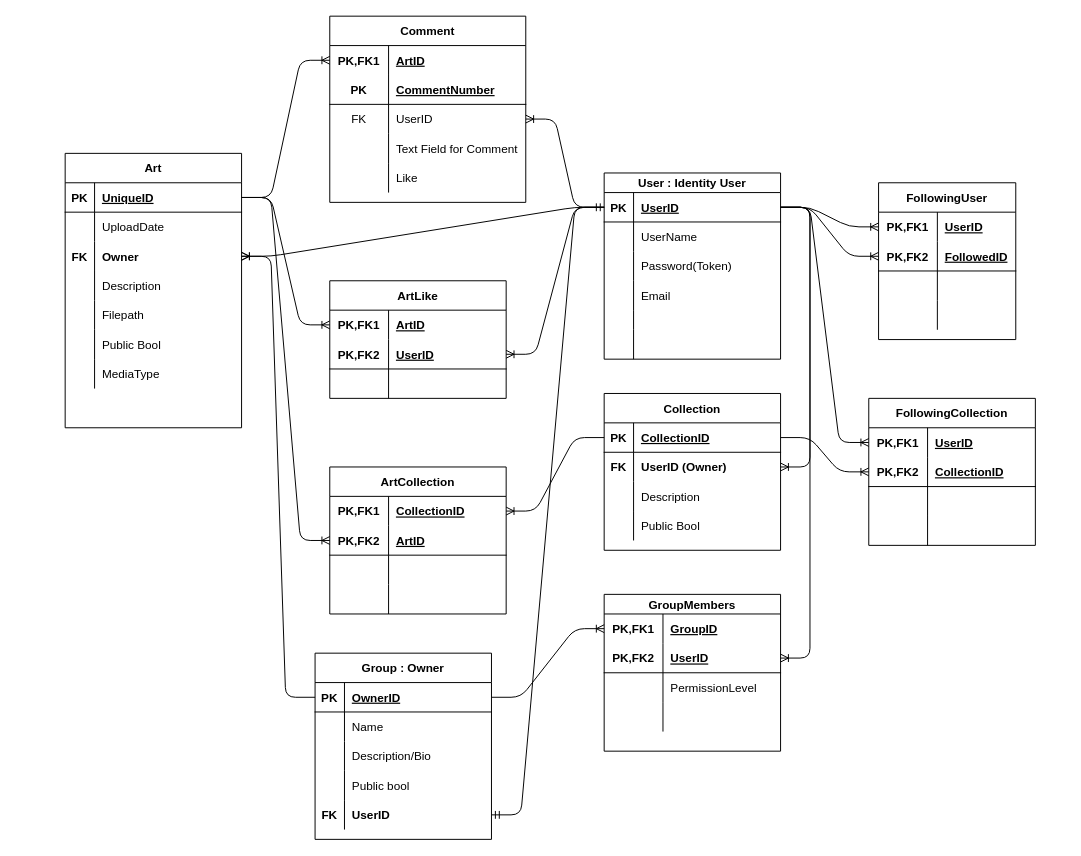
Before: assets/DigitalArtHub.drawio in DeltaVArtLibrary/DigitalArtHub, a draw.io diagram. Source tidied: cells renumbered, new cells numbered last; positions are measured from the earlier drawing's top-left corner, leaving out a move shared by most shapes. Both pictures are drawn from the tidied source at 98%, with x=0, y=0 at pixel (65, 16).
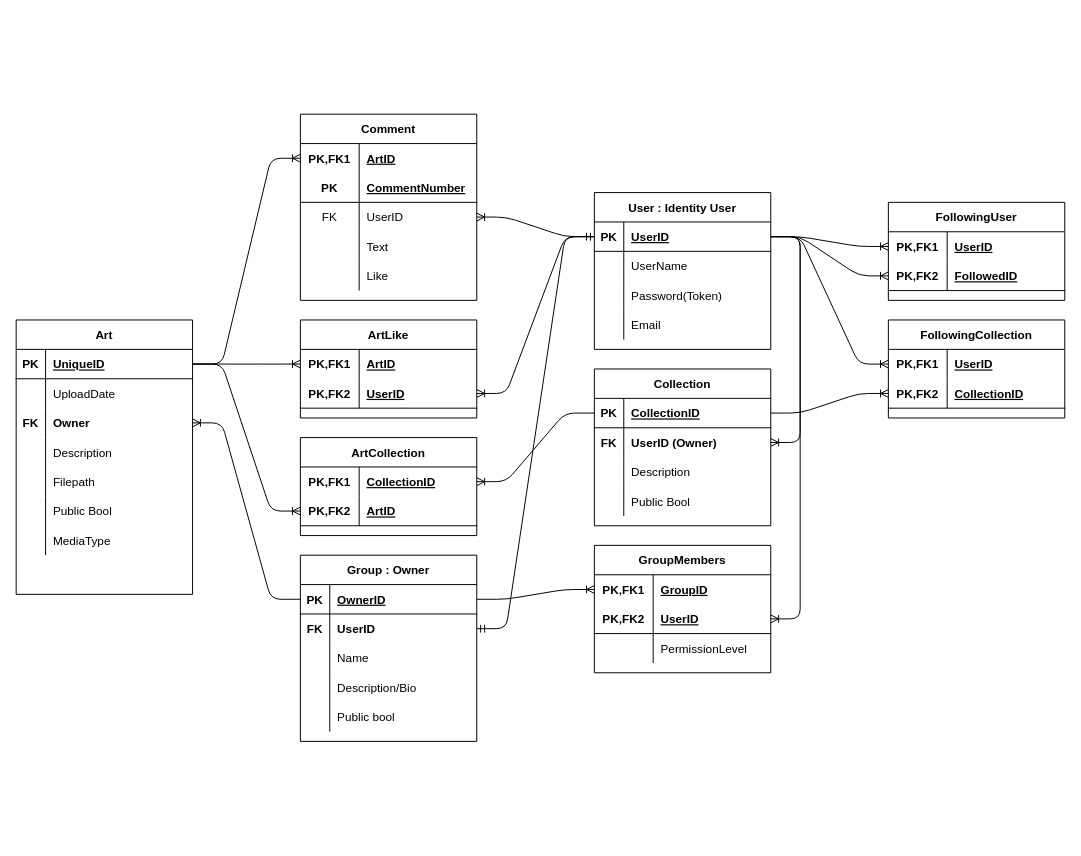
The same page after the edit.

The change refers to these unchanged cells:
```xml
<mxCell id="41" style="shape=partialRectangle;fillColor=none;top=0;left=0;bottom=0;right=0;points=[[0,0.5],[1,0.5]];portConstraint=eastwest;" parent="34" vertex="1">
  <mxGeometry y="90" width="180" height="30" as="geometry" />
</mxCell>
```

The edit, as a diff of the source:
```diff
@@
-    <mxCell id="2" value="GroupMembers" style="shape=table;startSize=20;childLayout=tableLayout;rowLines=0;fontStyle=1;align=center;" parent="1" vertex="1">
-      <mxGeometry x="550" y="590" width="180" height="160" as="geometry" />
+    <mxCell id="2" value="GroupMembers" style="shape=table;startSize=30;childLayout=tableLayout;rowLines=0;fontStyle=1;align=center;" parent="1" vertex="1">
+      <mxGeometry x="540" y="540" width="180" height="130" as="geometry" />
     </mxCell>
     <mxCell id="3" style="shape=partialRectangle;fillColor=none;top=0;left=0;bottom=0;right=0;points=[[0,0.5],[1,0.5]];portConstraint=eastwest;" parent="2" vertex="1">
-      <mxGeometry y="20" width="180" height="30" as="geometry" />
+      <mxGeometry y="30" width="180" height="30" as="geometry" />
     </mxCell>
@@
     <mxCell id="6" style="shape=partialRectangle;fillColor=none;top=0;left=0;bottom=1;right=0;points=[[0,0.5],[1,0.5]];portConstraint=eastwest;" parent="2" vertex="1">
-      <mxGeometry y="50" width="180" height="30" as="geometry" />
+      <mxGeometry y="60" width="180" height="30" as="geometry" />
     </mxCell>
@@
     <mxCell id="9" style="shape=partialRectangle;fillColor=none;top=0;left=0;bottom=0;right=0;" parent="2" vertex="1">
-      <mxGeometry y="80" width="180" height="30" as="geometry" />
+      <mxGeometry y="90" width="180" height="30" as="geometry" />
     </mxCell>
@@
-    <mxCell id="12" style="shape=partialRectangle;fillColor=none;top=0;left=0;bottom=0;right=0;" parent="2" vertex="1">
-      <mxGeometry y="110" width="180" height="30" as="geometry" />
-    </mxCell>
-    <mxCell id="13" style="shape=partialRectangle;fillColor=none;top=0;left=0;bottom=0;right=0;overflow=hidden;" parent="12" vertex="1">
-      <mxGeometry width="60" height="30" as="geometry" />
-    </mxCell>
-    <mxCell id="14" style="shape=partialRectangle;fillColor=none;top=0;left=0;bottom=0;right=0;align=left;spacingLeft=6;overflow=hidden;" parent="12" vertex="1">
-      <mxGeometry x="60" width="120" height="30" as="geometry" />
-    </mxCell>
-    <mxCell id="15" value="User : Identity User" style="shape=table;startSize=20;childLayout=tableLayout;rowLines=0;fontStyle=1;align=center;" parent="1" vertex="1">
-      <mxGeometry x="550" y="160" width="180" height="190" as="geometry" />
+    <mxCell id="15" value="User : Identity User" style="shape=table;startSize=30;childLayout=tableLayout;rowLines=0;fontStyle=1;align=center;" parent="1" vertex="1">
+      <mxGeometry x="540" y="180" width="180" height="160" as="geometry" />
     </mxCell>
     <mxCell id="16" style="shape=partialRectangle;fillColor=none;top=0;left=0;bottom=1;right=0;points=[[0,0.5],[1,0.5]];portConstraint=eastwest;" parent="15" vertex="1">
-      <mxGeometry y="20" width="180" height="30" as="geometry" />
+      <mxGeometry y="30" width="180" height="30" as="geometry" />
     </mxCell>
@@
     <mxCell id="19" style="shape=partialRectangle;fillColor=none;top=0;left=0;bottom=0;right=0;" parent="15" vertex="1">
-      <mxGeometry y="50" width="180" height="30" as="geometry" />
+      <mxGeometry y="60" width="180" height="30" as="geometry" />
     </mxCell>
@@
     <mxCell id="22" style="shape=partialRectangle;fillColor=none;top=0;left=0;bottom=0;right=0;" parent="15" vertex="1">
-      <mxGeometry y="80" width="180" height="30" as="geometry" />
+      <mxGeometry y="90" width="180" height="30" as="geometry" />
     </mxCell>
@@
     <mxCell id="25" style="shape=partialRectangle;fillColor=none;top=0;left=0;bottom=0;right=0;" parent="15" vertex="1">
-      <mxGeometry y="110" width="180" height="30" as="geometry" />
+      <mxGeometry y="120" width="180" height="30" as="geometry" />
     </mxCell>
@@
-    <mxCell id="28" style="shape=partialRectangle;fillColor=none;top=0;left=0;bottom=0;right=0;" parent="15" vertex="1">
-      <mxGeometry y="140" width="180" height="20" as="geometry" />
-    </mxCell>
-    <mxCell id="29" style="shape=partialRectangle;fillColor=none;top=0;left=0;bottom=0;right=0;overflow=hidden;" parent="28" vertex="1">
-      <mxGeometry width="30" height="20" as="geometry" />
-    </mxCell>
-    <mxCell id="30" style="shape=partialRectangle;fillColor=none;top=0;left=0;bottom=0;right=0;align=left;spacingLeft=6;overflow=hidden;" parent="28" vertex="1">
-      <mxGeometry x="30" width="150" height="20" as="geometry" />
-    </mxCell>
-    <mxCell id="31" style="shape=partialRectangle;fillColor=none;top=0;left=0;bottom=0;right=0;" parent="15" vertex="1">
-      <mxGeometry y="160" width="180" height="30" as="geometry" />
-    </mxCell>
-    <mxCell id="32" style="shape=partialRectangle;fillColor=none;top=0;left=0;bottom=0;right=0;overflow=hidden;" parent="31" vertex="1">
-      <mxGeometry width="30" height="30" as="geometry" />
-    </mxCell>
-    <mxCell id="33" style="shape=partialRectangle;fillColor=none;top=0;left=0;bottom=0;right=0;align=left;spacingLeft=6;overflow=hidden;" parent="31" vertex="1">
-      <mxGeometry x="30" width="150" height="30" as="geometry" />
-    </mxCell>
     <mxCell id="34" value="Art" style="shape=table;startSize=30;childLayout=tableLayout;rowLines=0;fontStyle=1;align=center;" parent="1" vertex="1">
-      <mxGeometry y="140" width="180" height="280" as="geometry" />
+      <mxGeometry x="-50" y="310" width="180" height="280" as="geometry" />
     </mxCell>
@@
     <mxCell id="56" value="Comment" style="shape=table;startSize=30;childLayout=tableLayout;rowLines=0;fontStyle=1;align=center;" parent="1" vertex="1">
-      <mxGeometry x="270" width="200" height="190" as="geometry" />
+      <mxGeometry x="240" y="100" width="180" height="190" as="geometry" />
     </mxCell>
     <mxCell id="57" style="shape=partialRectangle;fillColor=none;top=0;left=0;bottom=0;right=0;points=[[0,0.5],[1,0.5]];portConstraint=eastwest;" parent="56" vertex="1">
-      <mxGeometry y="30" width="200" height="30" as="geometry" />
+      <mxGeometry y="30" width="180" height="30" as="geometry" />
     </mxCell>
@@
     <mxCell id="59" value="ArtID" style="shape=partialRectangle;fillColor=none;top=0;left=0;bottom=0;right=0;align=left;spacingLeft=6;fontStyle=5;overflow=hidden;" parent="57" vertex="1">
-      <mxGeometry x="60" width="140" height="30" as="geometry" />
+      <mxGeometry x="60" width="120" height="30" as="geometry" />
     </mxCell>
     <mxCell id="60" style="shape=partialRectangle;fillColor=none;top=0;left=0;bottom=1;right=0;" parent="56" vertex="1">
-      <mxGeometry y="60" width="200" height="30" as="geometry" />
+      <mxGeometry y="60" width="180" height="30" as="geometry" />
     </mxCell>
@@
     <mxCell id="62" value="CommentNumber" style="shape=partialRectangle;fillColor=none;top=0;left=0;bottom=0;right=0;align=left;spacingLeft=6;fontStyle=5;overflow=hidden;" parent="60" vertex="1">
-      <mxGeometry x="60" width="140" height="30" as="geometry" />
+      <mxGeometry x="60" width="120" height="30" as="geometry" />
     </mxCell>
     <mxCell id="63" style="shape=partialRectangle;fillColor=none;top=0;left=0;bottom=0;right=0;points=[[0,0.5],[1,0.5]];portConstraint=eastwest;" parent="56" vertex="1">
-      <mxGeometry y="90" width="200" height="30" as="geometry" />
+      <mxGeometry y="90" width="180" height="30" as="geometry" />
     </mxCell>
@@
     <mxCell id="65" value="UserID" style="shape=partialRectangle;fillColor=none;top=0;left=0;bottom=0;right=0;align=left;spacingLeft=6;overflow=hidden;" parent="63" vertex="1">
-      <mxGeometry x="60" width="140" height="30" as="geometry" />
+      <mxGeometry x="60" width="120" height="30" as="geometry" />
     </mxCell>
     <mxCell id="66" style="shape=partialRectangle;fillColor=none;top=0;left=0;bottom=0;right=0;" parent="56" vertex="1">
-      <mxGeometry y="120" width="200" height="30" as="geometry" />
+      <mxGeometry y="120" width="180" height="30" as="geometry" />
     </mxCell>
@@
-    <mxCell id="68" value="Text Field for Comment" style="shape=partialRectangle;fillColor=none;top=0;left=0;bottom=0;right=0;align=left;spacingLeft=6;overflow=hidden;" parent="66" vertex="1">
-      <mxGeometry x="60" width="140" height="30" as="geometry" />
+    <mxCell id="68" value="Text" style="shape=partialRectangle;fillColor=none;top=0;left=0;bottom=0;right=0;align=left;spacingLeft=6;overflow=hidden;" parent="66" vertex="1">
+      <mxGeometry x="60" width="120" height="30" as="geometry" />
     </mxCell>
     <mxCell id="69" style="shape=partialRectangle;fillColor=none;top=0;left=0;bottom=0;right=0;" parent="56" vertex="1">
-      <mxGeometry y="150" width="200" height="30" as="geometry" />
+      <mxGeometry y="150" width="180" height="30" as="geometry" />
     </mxCell>
@@
     <mxCell id="71" value="Like" style="shape=partialRectangle;fillColor=none;top=0;left=0;bottom=0;right=0;align=left;spacingLeft=6;overflow=hidden;" parent="69" vertex="1">
-      <mxGeometry x="60" width="140" height="30" as="geometry" />
+      <mxGeometry x="60" width="120" height="30" as="geometry" />
     </mxCell>
     <mxCell id="72" value="FollowingUser" style="shape=table;startSize=30;childLayout=tableLayout;rowLines=0;fontStyle=1;align=center;" parent="1" vertex="1">
-      <mxGeometry x="830" y="170" width="140" height="160" as="geometry" />
+      <mxGeometry x="840" y="190" width="180" height="100" as="geometry" />
     </mxCell>
     <mxCell id="73" style="shape=partialRectangle;fillColor=none;top=0;left=0;bottom=0;right=0;points=[[0,0.5],[1,0.5]];portConstraint=eastwest;" parent="72" vertex="1">
-      <mxGeometry y="30" width="140" height="30" as="geometry" />
+      <mxGeometry y="30" width="180" height="30" as="geometry" />
     </mxCell>
@@
     <mxCell id="75" value="UserID" style="shape=partialRectangle;fillColor=none;top=0;left=0;bottom=0;right=0;align=left;spacingLeft=6;fontStyle=5;overflow=hidden;" parent="73" vertex="1">
-      <mxGeometry x="60" width="80" height="30" as="geometry" />
+      <mxGeometry x="60" width="120" height="30" as="geometry" />
     </mxCell>
     <mxCell id="76" style="shape=partialRectangle;fillColor=none;top=0;left=0;bottom=1;right=0;points=[[0,0.5],[1,0.5]];portConstraint=eastwest;" parent="72" vertex="1">
-      <mxGeometry y="60" width="140" height="30" as="geometry" />
+      <mxGeometry y="60" width="180" height="30" as="geometry" />
     </mxCell>
@@
     <mxCell id="78" value="FollowedID" style="shape=partialRectangle;fillColor=none;top=0;left=0;bottom=0;right=0;align=left;spacingLeft=6;fontStyle=5;overflow=hidden;" parent="76" vertex="1">
-      <mxGeometry x="60" width="80" height="30" as="geometry" />
+      <mxGeometry x="60" width="120" height="30" as="geometry" />
     </mxCell>
-    <mxCell id="79" style="shape=partialRectangle;fillColor=none;top=0;left=0;bottom=0;right=0;" parent="72" vertex="1">
-      <mxGeometry y="90" width="140" height="30" as="geometry" />
-    </mxCell>
-    <mxCell id="80" style="shape=partialRectangle;fillColor=none;top=0;left=0;bottom=0;right=0;overflow=hidden;" parent="79" vertex="1">
-      <mxGeometry width="60" height="30" as="geometry" />
-    </mxCell>
-    <mxCell id="81" style="shape=partialRectangle;fillColor=none;top=0;left=0;bottom=0;right=0;align=left;spacingLeft=6;overflow=hidden;" parent="79" vertex="1">
-      <mxGeometry x="60" width="80" height="30" as="geometry" />
-    </mxCell>
-    <mxCell id="82" style="shape=partialRectangle;fillColor=none;top=0;left=0;bottom=0;right=0;" parent="72" vertex="1">
-      <mxGeometry y="120" width="140" height="30" as="geometry" />
-    </mxCell>
-    <mxCell id="83" style="shape=partialRectangle;fillColor=none;top=0;left=0;bottom=0;right=0;overflow=hidden;" parent="82" vertex="1">
-      <mxGeometry width="60" height="30" as="geometry" />
-    </mxCell>
-    <mxCell id="84" style="shape=partialRectangle;fillColor=none;top=0;left=0;bottom=0;right=0;align=left;spacingLeft=6;overflow=hidden;" parent="82" vertex="1">
-      <mxGeometry x="60" width="80" height="30" as="geometry" />
-    </mxCell>
     <mxCell id="85" value="ArtLike" style="shape=table;startSize=30;childLayout=tableLayout;rowLines=0;fontStyle=1;align=center;" parent="1" vertex="1">
-      <mxGeometry x="270" y="270" width="180" height="120" as="geometry" />
+      <mxGeometry x="240" y="310" width="180" height="100" as="geometry" />
     </mxCell>
@@
-    <mxCell id="92" style="shape=partialRectangle;fillColor=none;top=0;left=0;bottom=0;right=0;" parent="85" vertex="1">
-      <mxGeometry y="90" width="180" height="30" as="geometry" />
-    </mxCell>
-    <mxCell id="93" style="shape=partialRectangle;fillColor=none;top=0;left=0;bottom=0;right=0;overflow=hidden;" parent="92" vertex="1">
-      <mxGeometry width="60" height="30" as="geometry" />
-    </mxCell>
-    <mxCell id="94" style="shape=partialRectangle;fillColor=none;top=0;left=0;bottom=0;right=0;align=left;spacingLeft=6;overflow=hidden;" parent="92" vertex="1">
-      <mxGeometry x="60" width="120" height="30" as="geometry" />
-    </mxCell>
     <mxCell id="95" value="Collection" style="shape=table;startSize=30;childLayout=tableLayout;rowLines=0;fontStyle=1;align=center;" parent="1" vertex="1">
-      <mxGeometry x="550" y="385" width="180" height="160" as="geometry" />
+      <mxGeometry x="540" y="360" width="180" height="160" as="geometry" />
     </mxCell>
@@
     <mxCell id="108" value="ArtCollection" style="shape=table;startSize=30;childLayout=tableLayout;rowLines=0;fontStyle=1;align=center;" parent="1" vertex="1">
-      <mxGeometry x="270" y="460" width="180" height="150" as="geometry" />
+      <mxGeometry x="240" y="430" width="180" height="100" as="geometry" />
     </mxCell>
@@
-    <mxCell id="115" style="shape=partialRectangle;fillColor=none;top=0;left=0;bottom=0;right=0;" parent="108" vertex="1">
-      <mxGeometry y="90" width="180" height="30" as="geometry" />
-    </mxCell>
-    <mxCell id="116" style="shape=partialRectangle;fillColor=none;top=0;left=0;bottom=0;right=0;overflow=hidden;" parent="115" vertex="1">
-      <mxGeometry width="60" height="30" as="geometry" />
-    </mxCell>
-    <mxCell id="117" style="shape=partialRectangle;fillColor=none;top=0;left=0;bottom=0;right=0;align=left;spacingLeft=6;overflow=hidden;" parent="115" vertex="1">
-      <mxGeometry x="60" width="120" height="30" as="geometry" />
-    </mxCell>
-    <mxCell id="118" style="shape=partialRectangle;fillColor=none;top=0;left=0;bottom=0;right=0;" parent="108" vertex="1">
-      <mxGeometry y="120" width="180" height="30" as="geometry" />
-    </mxCell>
-    <mxCell id="119" style="shape=partialRectangle;fillColor=none;top=0;left=0;bottom=0;right=0;overflow=hidden;" parent="118" vertex="1">
-      <mxGeometry width="60" height="30" as="geometry" />
-    </mxCell>
-    <mxCell id="120" style="shape=partialRectangle;fillColor=none;top=0;left=0;bottom=0;right=0;align=left;spacingLeft=6;overflow=hidden;" parent="118" vertex="1">
-      <mxGeometry x="60" width="120" height="30" as="geometry" />
-    </mxCell>
     <mxCell id="121" value="Group : Owner" style="shape=table;startSize=30;childLayout=tableLayout;rowLines=0;fontStyle=1;align=center;" parent="1" vertex="1">
-      <mxGeometry x="255" y="650" width="180" height="190" as="geometry" />
+      <mxGeometry x="240" y="550" width="180" height="190" as="geometry" />
     </mxCell>
@@
+    <mxCell id="134" style="shape=partialRectangle;fillColor=none;top=0;left=0;bottom=0;right=0;points=[[0,0.5],[1,0.5]];portConstraint=eastwest;" parent="121" vertex="1">
+      <mxGeometry y="60" width="180" height="30" as="geometry" />
+    </mxCell>
+    <mxCell id="135" value="FK" style="shape=partialRectangle;fillColor=none;top=0;left=0;bottom=0;right=0;overflow=hidden;fontStyle=1;" parent="134" vertex="1">
+      <mxGeometry width="30" height="30" as="geometry" />
+    </mxCell>
+    <mxCell id="136" value="UserID" style="shape=partialRectangle;fillColor=none;top=0;left=0;bottom=0;right=0;align=left;spacingLeft=6;overflow=hidden;fontStyle=1;" parent="134" vertex="1">
+      <mxGeometry x="30" width="150" height="30" as="geometry" />
+    </mxCell>
     <mxCell id="125" style="shape=partialRectangle;fillColor=none;top=0;left=0;bottom=0;right=0;" parent="121" vertex="1">
-      <mxGeometry y="60" width="180" height="30" as="geometry" />
+      <mxGeometry y="90" width="180" height="30" as="geometry" />
     </mxCell>
@@
     <mxCell id="128" style="shape=partialRectangle;fillColor=none;top=0;left=0;bottom=0;right=0;" parent="121" vertex="1">
-      <mxGeometry y="90" width="180" height="30" as="geometry" />
+      <mxGeometry y="120" width="180" height="30" as="geometry" />
     </mxCell>
@@
     <mxCell id="131" style="shape=partialRectangle;fillColor=none;top=0;left=0;bottom=0;right=0;" parent="121" vertex="1">
-      <mxGeometry y="120" width="180" height="30" as="geometry" />
+      <mxGeometry y="150" width="180" height="30" as="geometry" />
     </mxCell>
@@
-    <mxCell id="134" style="shape=partialRectangle;fillColor=none;top=0;left=0;bottom=0;right=0;points=[[0,0.5],[1,0.5]];portConstraint=eastwest;" parent="121" vertex="1">
-      <mxGeometry y="150" width="180" height="30" as="geometry" />
-    </mxCell>
-    <mxCell id="135" value="FK" style="shape=partialRectangle;fillColor=none;top=0;left=0;bottom=0;right=0;overflow=hidden;fontStyle=1;" parent="134" vertex="1">
-      <mxGeometry width="30" height="30" as="geometry" />
-    </mxCell>
-    <mxCell id="136" value="UserID" style="shape=partialRectangle;fillColor=none;top=0;left=0;bottom=0;right=0;align=left;spacingLeft=6;overflow=hidden;fontStyle=1;" parent="134" vertex="1">
-      <mxGeometry x="30" width="150" height="30" as="geometry" />
-    </mxCell>
@@
-    <mxCell id="138" style="edgeStyle=entityRelationEdgeStyle;fontSize=12;html=1;endArrow=ERoneToMany;" parent="1" edge="1" source="16" target="41">
-      <mxGeometry relative="1" as="geometry" />
-    </mxCell>
@@
     <mxCell id="148" value="FollowingCollection" style="shape=table;startSize=30;childLayout=tableLayout;rowLines=0;fontStyle=1;align=center;" parent="1" vertex="1">
-      <mxGeometry x="820" y="390" width="170" height="150" as="geometry" />
+      <mxGeometry x="840" y="310" width="180" height="100" as="geometry" />
     </mxCell>
     <mxCell id="149" style="shape=partialRectangle;fillColor=none;top=0;left=0;bottom=0;right=0;points=[[0,0.5],[1,0.5]];portConstraint=eastwest;" parent="148" vertex="1">
-      <mxGeometry y="30" width="170" height="30" as="geometry" />
+      <mxGeometry y="30" width="180" height="30" as="geometry" />
     </mxCell>
@@
     <mxCell id="151" value="UserID" style="shape=partialRectangle;fillColor=none;top=0;left=0;bottom=0;right=0;align=left;spacingLeft=6;fontStyle=5;overflow=hidden;" parent="149" vertex="1">
-      <mxGeometry x="60" width="110" height="30" as="geometry" />
+      <mxGeometry x="60" width="120" height="30" as="geometry" />
     </mxCell>
     <mxCell id="152" style="shape=partialRectangle;fillColor=none;top=0;left=0;bottom=1;right=0;points=[[0,0.5],[1,0.5]];portConstraint=eastwest;" parent="148" vertex="1">
-      <mxGeometry y="60" width="170" height="30" as="geometry" />
+      <mxGeometry y="60" width="180" height="30" as="geometry" />
     </mxCell>
@@
     <mxCell id="154" value="CollectionID" style="shape=partialRectangle;fillColor=none;top=0;left=0;bottom=0;right=0;align=left;spacingLeft=6;fontStyle=5;overflow=hidden;" parent="152" vertex="1">
-      <mxGeometry x="60" width="110" height="30" as="geometry" />
+      <mxGeometry x="60" width="120" height="30" as="geometry" />
     </mxCell>
-    <mxCell id="155" style="shape=partialRectangle;fillColor=none;top=0;left=0;bottom=0;right=0;" parent="148" vertex="1">
-      <mxGeometry y="90" width="170" height="30" as="geometry" />
-    </mxCell>
-    <mxCell id="156" style="shape=partialRectangle;fillColor=none;top=0;left=0;bottom=0;right=0;overflow=hidden;" parent="155" vertex="1">
-      <mxGeometry width="60" height="30" as="geometry" />
-    </mxCell>
-    <mxCell id="157" style="shape=partialRectangle;fillColor=none;top=0;left=0;bottom=0;right=0;align=left;spacingLeft=6;overflow=hidden;" parent="155" vertex="1">
-      <mxGeometry x="60" width="110" height="30" as="geometry" />
-    </mxCell>
-    <mxCell id="158" style="shape=partialRectangle;fillColor=none;top=0;left=0;bottom=0;right=0;" parent="148" vertex="1">
-      <mxGeometry y="120" width="170" height="30" as="geometry" />
-    </mxCell>
-    <mxCell id="159" style="shape=partialRectangle;fillColor=none;top=0;left=0;bottom=0;right=0;overflow=hidden;" parent="158" vertex="1">
-      <mxGeometry width="60" height="30" as="geometry" />
-    </mxCell>
-    <mxCell id="160" style="shape=partialRectangle;fillColor=none;top=0;left=0;bottom=0;right=0;align=left;spacingLeft=6;overflow=hidden;" parent="158" vertex="1">
-      <mxGeometry x="60" width="110" height="30" as="geometry" />
-    </mxCell>
```
